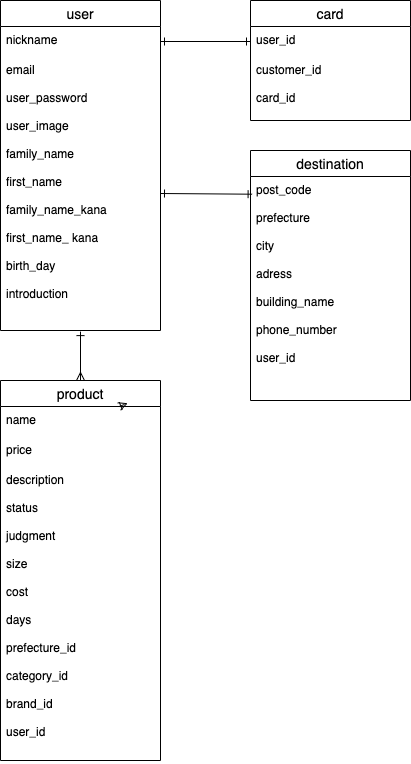
This is .drawio.png from naokiebihara/furima-37727, a draw.io export, as it was before one commit. Source tidied: cells renumbered, new cells last; positions are measured from the earlier drawing's top-left corner, leaving out a move shared by most shapes.
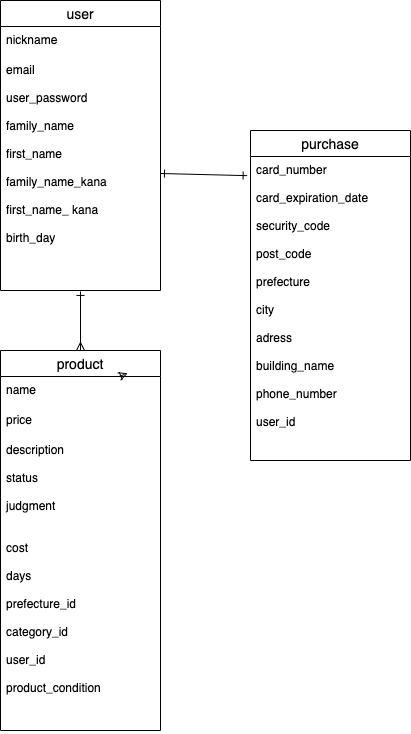
After the change.

Commit message:
データベース設計訂正

Change to the diagram source:
```diff
@@ -3,34 +3,25 @@
     <mxCell id="0" />
     <mxCell id="1" parent="0" />
     <mxCell id="2" value="user" style="swimlane;fontStyle=0;horizontal=1;startSize=26;align=center;fontSize=14;" parent="1" vertex="1">
-      <mxGeometry width="160" height="330" as="geometry" />
+      <mxGeometry width="160" height="290" as="geometry" />
     </mxCell>
     <mxCell id="3" value="nickname&#10;&#10;" style="text;strokeColor=none;fillColor=none;spacingLeft=4;spacingRight=4;overflow=hidden;points=[[0,0.5],[1,0.5]];portConstraint=eastwest;fontSize=12;" parent="2" vertex="1">
       <mxGeometry y="26" width="160" height="30" as="geometry" />
     </mxCell>
-    <mxCell id="4" value="email&#10;&#10;user_password&#10;&#10;user_image&#10;&#10;family_name&#10;&#10;first_name&#10;&#10;family_name_kana&#10;&#10;first_name_ kana&#10;&#10;birth_day&#10;&#10;introduction" style="text;strokeColor=none;fillColor=none;spacingLeft=4;spacingRight=4;overflow=hidden;points=[[0,0.5],[1,0.5]];portConstraint=eastwest;fontSize=12;" parent="2" vertex="1">
-      <mxGeometry y="56" width="160" height="274" as="geometry" />
+    <mxCell id="4" value="email&#10;&#10;user_password&#10;&#10;family_name&#10;&#10;first_name&#10;&#10;family_name_kana&#10;&#10;first_name_ kana&#10;&#10;birth_day" style="text;strokeColor=none;fillColor=none;spacingLeft=4;spacingRight=4;overflow=hidden;points=[[0,0.5],[1,0.5]];portConstraint=eastwest;fontSize=12;" parent="2" vertex="1">
+      <mxGeometry y="56" width="160" height="234" as="geometry" />
     </mxCell>
-    <mxCell id="5" value="card" style="swimlane;fontStyle=0;horizontal=1;startSize=26;align=center;fontSize=14;" parent="1" vertex="1">
-      <mxGeometry x="250" width="160" height="120" as="geometry" />
-    </mxCell>
-    <mxCell id="6" value="user_id&#10;&#10;" style="text;strokeColor=none;fillColor=none;spacingLeft=4;spacingRight=4;overflow=hidden;points=[[0,0.5],[1,0.5]];portConstraint=eastwest;fontSize=12;" parent="5" vertex="1">
-      <mxGeometry y="26" width="160" height="30" as="geometry" />
-    </mxCell>
-    <mxCell id="7" value="customer_id&#10;&#10;card_id" style="text;strokeColor=none;fillColor=none;spacingLeft=4;spacingRight=4;overflow=hidden;fontSize=12;" parent="5" vertex="1">
-      <mxGeometry y="56" width="160" height="64" as="geometry" />
-    </mxCell>
-    <mxCell id="8" value="destination" style="swimlane;fontStyle=0;horizontal=1;startSize=26;align=center;fontSize=14;" parent="1" vertex="1">
-      <mxGeometry x="250" y="150" width="160" height="250" as="geometry" />
+    <mxCell id="8" value="purchase" style="swimlane;fontStyle=0;horizontal=1;startSize=26;align=center;fontSize=14;" parent="1" vertex="1">
+      <mxGeometry x="250" y="130" width="160" height="330" as="geometry" />
     </mxCell>
-    <mxCell id="9" value="post_code&#10;&#10;prefecture&#10;&#10;city&#10;&#10;adress&#10;&#10;building_name&#10;&#10;phone_number&#10;&#10;user_id&#10;&#10;&#10;&#10;&#10;&#10;" style="text;strokeColor=none;fillColor=none;spacingLeft=4;spacingRight=4;overflow=hidden;points=[[0,0.5],[1,0.5]];portConstraint=eastwest;fontSize=12;" parent="8" vertex="1">
-      <mxGeometry y="26" width="160" height="224" as="geometry" />
+    <mxCell id="9" value="card_number&#10;&#10;card_expiration_date&#10;&#10;security_code&#10;&#10;post_code&#10;&#10;prefecture&#10;&#10;city&#10;&#10;adress&#10;&#10;building_name&#10;&#10;phone_number&#10;&#10;user_id&#10;&#10;&#10;&#10;&#10;&#10;&#10;&#10;&#10;" style="text;strokeColor=none;fillColor=none;spacingLeft=4;spacingRight=4;overflow=hidden;points=[[0,0.5],[1,0.5]];portConstraint=eastwest;fontSize=12;" parent="8" vertex="1">
+      <mxGeometry y="26" width="160" height="304" as="geometry" />
     </mxCell>
     <mxCell id="10" style="edgeStyle=none;html=1;exitX=0.5;exitY=0;exitDx=0;exitDy=0;entryX=0.5;entryY=1.004;entryDx=0;entryDy=0;entryPerimeter=0;shadow=0;startArrow=ERmany;startFill=0;endArrow=ERone;endFill=0;" parent="1" edge="1" source="11" target="4">
       <mxGeometry relative="1" as="geometry" />
     </mxCell>
     <mxCell id="11" value="product" style="swimlane;fontStyle=0;horizontal=1;startSize=26;align=center;fontSize=14;" parent="1" vertex="1">
-      <mxGeometry y="380" width="160" height="380" as="geometry" />
+      <mxGeometry y="350" width="160" height="380" as="geometry" />
     </mxCell>
     <mxCell id="12" value="name&#10;&#10;" style="text;strokeColor=none;fillColor=none;spacingLeft=4;spacingRight=4;overflow=hidden;points=[[0,0.5],[1,0.5]];portConstraint=eastwest;fontSize=12;" parent="11" vertex="1">
       <mxGeometry y="26" width="160" height="30" as="geometry" />
@@ -38,16 +29,13 @@
     <mxCell id="13" value="price&#10;&#10;" style="text;strokeColor=none;fillColor=none;spacingLeft=4;spacingRight=4;overflow=hidden;fontSize=12;" parent="11" vertex="1">
       <mxGeometry y="56" width="160" height="30" as="geometry" />
     </mxCell>
-    <mxCell id="14" value="description&#10;&#10;status&#10;&#10;judgment&#10;&#10;size&#10;&#10;cost&#10;&#10;days&#10;&#10;prefecture_id&#10;&#10;category_id&#10;&#10;brand_id&#10;&#10;user_id" style="text;strokeColor=none;fillColor=none;spacingLeft=4;spacingRight=4;overflow=hidden;fontSize=12;" parent="11" vertex="1">
+    <mxCell id="14" value="description&#10;&#10;status&#10;&#10;judgment&#10;&#10;&#10;cost&#10;&#10;days&#10;&#10;prefecture_id&#10;&#10;category_id&#10;&#10;user_id&#10;&#10;product_condition" style="text;strokeColor=none;fillColor=none;spacingLeft=4;spacingRight=4;overflow=hidden;fontSize=12;" parent="11" vertex="1">
       <mxGeometry y="86" width="160" height="294" as="geometry" />
     </mxCell>
     <mxCell id="15" style="edgeStyle=none;html=1;shadow=0;startArrow=ERmany;startFill=0;endArrow=ERone;endFill=0;entryX=0.775;entryY=0.063;entryDx=0;entryDy=0;entryPerimeter=0;strokeColor=default;" parent="11" edge="1" source="12" target="11">
       <mxGeometry relative="1" as="geometry" />
     </mxCell>
-    <mxCell id="16" style="edgeStyle=none;html=1;exitX=0;exitY=0.5;exitDx=0;exitDy=0;entryX=1;entryY=0.5;entryDx=0;entryDy=0;shadow=0;startArrow=ERone;startFill=0;endArrow=ERone;endFill=0;" parent="1" edge="1" source="6" target="3">
-      <mxGeometry relative="1" as="geometry" />
-    </mxCell>
-    <mxCell id="17" style="edgeStyle=none;html=1;exitX=1;exitY=0.5;exitDx=0;exitDy=0;entryX=0.01;entryY=0.079;entryDx=0;entryDy=0;entryPerimeter=0;shadow=0;startArrow=ERone;startFill=0;endArrow=ERone;endFill=0;strokeColor=default;" parent="1" edge="1" source="4" target="9">
+    <mxCell id="17" style="edgeStyle=none;html=1;exitX=1;exitY=0.5;exitDx=0;exitDy=0;entryX=-0.021;entryY=0.063;entryDx=0;entryDy=0;entryPerimeter=0;shadow=0;startArrow=ERone;startFill=0;endArrow=ERone;endFill=0;strokeColor=default;" parent="1" edge="1" source="4" target="9">
       <mxGeometry relative="1" as="geometry" />
     </mxCell>
   </root>
```
